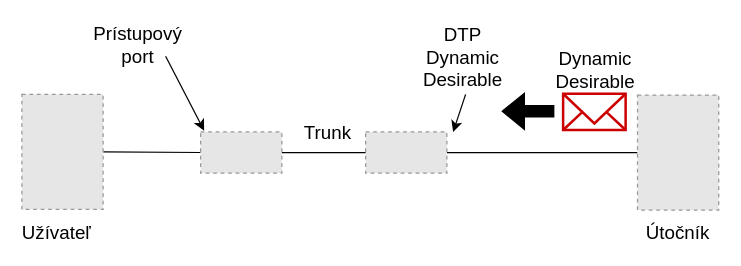
Earlier version of the draw.io diagram thesis/obrazky/switch-spoofing.drawio (siorus/MasterThesis). Source tidied: cells renumbered, new cells numbered last; positions are measured from the earlier drawing's top-left corner, leaving out a move shared by most shapes. Both pictures are drawn from the tidied source at 125%, with x=0, y=0 at pixel (21, 31). Pictures stored in the file or linked from it are replaced by grey dashed boxes.
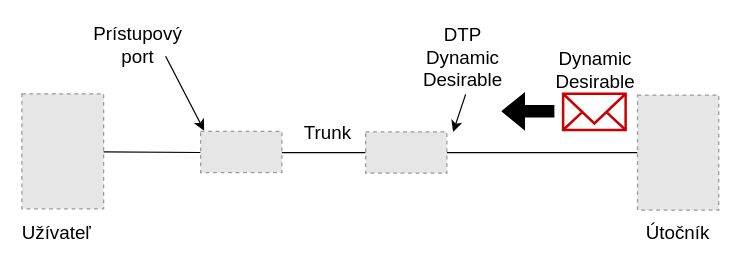
The same diagram, later.

Unchanged cells that the change refers to:
```xml
<mxCell id="10" style="fillColor=#E6E6E6;strokeColor=#999999;dashed=1;" parent="1" vertex="1">
  <mxGeometry x="492.5" y="50.5" width="65" height="92" as="geometry" />
</mxCell>
```

Diff of the diagram source:
```diff
@@
-    <mxCell id="2" style="endArrow=none;html=1;entryX=1;entryY=0.5;entryDx=0;entryDy=0;exitX=0;exitY=0.5;exitDx=0;exitDy=0;" parent="1" edge="1" source="4" target="8">
-      <mxGeometry relative="1" as="geometry" />
+    <mxCell id="2" style="endArrow=none;html=1;entryX=1;entryY=0.5;entryDx=0;entryDy=0;exitX=0;exitY=0.5;exitDx=0;exitDy=0;" parent="1" edge="1">
+      <mxGeometry relative="1" as="geometry">
+        <mxPoint x="143" y="96.5" as="sourcePoint" />
+        <mxPoint x="65" y="96" as="targetPoint" />
+      </mxGeometry>
     </mxCell>
-    <mxCell id="3" style="endArrow=none;html=1;entryX=0;entryY=0.5;entryDx=0;entryDy=0;exitX=1;exitY=0.5;exitDx=0;exitDy=0;" parent="1" edge="1" source="5" target="10">
-      <mxGeometry relative="1" as="geometry" />
+    <mxCell id="3" style="endArrow=none;html=1;entryX=0;entryY=0.5;entryDx=0;entryDy=0;exitX=1;exitY=0.5;exitDx=0;exitDy=0;" parent="1" edge="1" target="10">
+      <mxGeometry relative="1" as="geometry">
+        <mxPoint x="340" y="96.5" as="sourcePoint" />
+      </mxGeometry>
     </mxCell>
-    <mxCell id="4" style="fillColor=#E6E6E6;strokeColor=#999999;dashed=1;" parent="1" vertex="1">
-      <mxGeometry x="143" y="80" width="65" height="33" as="geometry" />
-    </mxCell>
-    <mxCell id="5" style="fillColor=#E6E6E6;strokeColor=#999999;dashed=1;" parent="1" vertex="1">
-      <mxGeometry x="275" y="80" width="65" height="33" as="geometry" />
-    </mxCell>
-    <mxCell id="6" style="endArrow=none;html=1;entryX=0;entryY=0.5;entryDx=0;entryDy=0;exitX=1;exitY=0.5;exitDx=0;exitDy=0;" parent="1" edge="1" source="4" target="5">
-      <mxGeometry relative="1" as="geometry" />
+    <mxCell id="6" style="endArrow=none;html=1;entryX=0;entryY=0.5;entryDx=0;entryDy=0;exitX=1;exitY=0.5;exitDx=0;exitDy=0;" parent="1" edge="1">
+      <mxGeometry relative="1" as="geometry">
+        <mxPoint x="208" y="96.5" as="sourcePoint" />
+        <mxPoint x="275" y="96.5" as="targetPoint" />
+      </mxGeometry>
     </mxCell>
@@
-    <mxCell id="8" style="fillColor=#E6E6E6;strokeColor=#999999;dashed=1;" parent="1" vertex="1">
-      <mxGeometry y="50" width="65" height="92" as="geometry" />
-    </mxCell>
@@
+    <mxCell id="19" style="fillColor=#E6E6E6;strokeColor=#999999;dashed=1;" parent="1" vertex="1">
+      <mxGeometry y="49.5" width="65.4" height="92" as="geometry" />
+    </mxCell>
+    <mxCell id="5" style="fillColor=#E6E6E6;strokeColor=#999999;dashed=1;" parent="1" vertex="1">
+      <mxGeometry x="275" y="80" width="65" height="33" as="geometry" />
+    </mxCell>
+    <mxCell id="20" style="fillColor=#E6E6E6;strokeColor=#999999;dashed=1;" parent="1" vertex="1">
+      <mxGeometry x="143" y="79.5" width="65" height="33" as="geometry" />
+    </mxCell>
```
